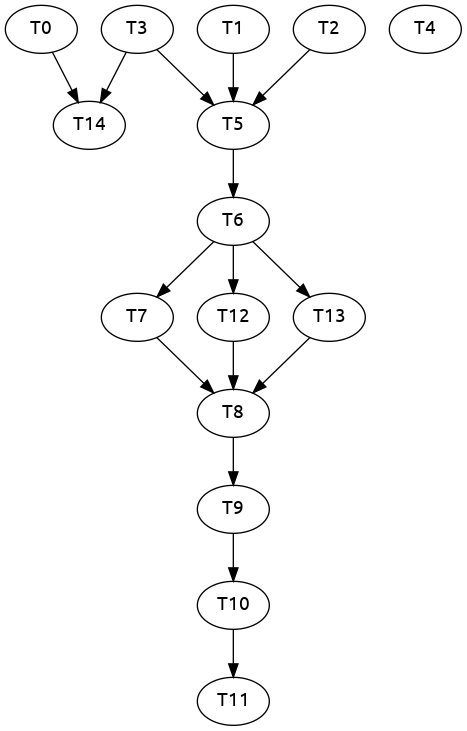
Earlier version of the Graphviz export example/taskset-0.dot.png (porya-gohary/real-time-task-generators). Its source is kept beside it as example/taskset-0.dot.
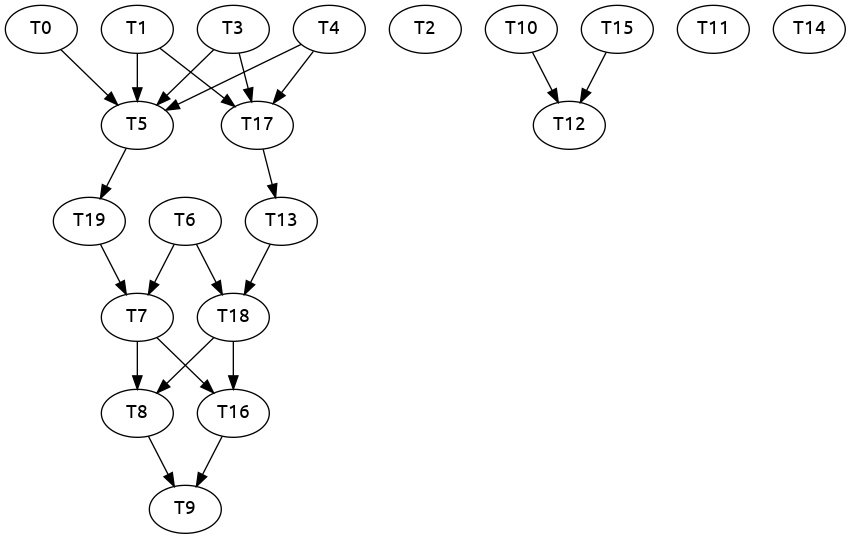
After the change.

Diff of the diagram source:
```diff
@@ -1,33 +1,44 @@
 digraph "taskset-0" {
 	node [fontname=Ubuntu]
 	T0
-	T0 -> T14
+	T0 -> T5
 	T1
 	T1 -> T5
+	T1 -> T17
 	T2
-	T2 -> T5
 	T3
 	T3 -> T5
-	T3 -> T14
+	T3 -> T17
 	T4
+	T4 -> T5
+	T4 -> T17
 	T5
-	T5 -> T6
+	T5 -> T19
 	T6
 	T6 -> T7
-	T6 -> T12
-	T6 -> T13
+	T6 -> T18
 	T7
 	T7 -> T8
+	T7 -> T16
 	T8
 	T8 -> T9
 	T9
-	T9 -> T10
 	T10
-	T10 -> T11
+	T10 -> T12
 	T11
 	T12
-	T12 -> T8
 	T13
-	T13 -> T8
+	T13 -> T18
 	T14
+	T15
+	T15 -> T12
+	T16
+	T16 -> T9
+	T17
+	T17 -> T13
+	T18
+	T18 -> T8
+	T18 -> T16
+	T19
+	T19 -> T7
 }
```
